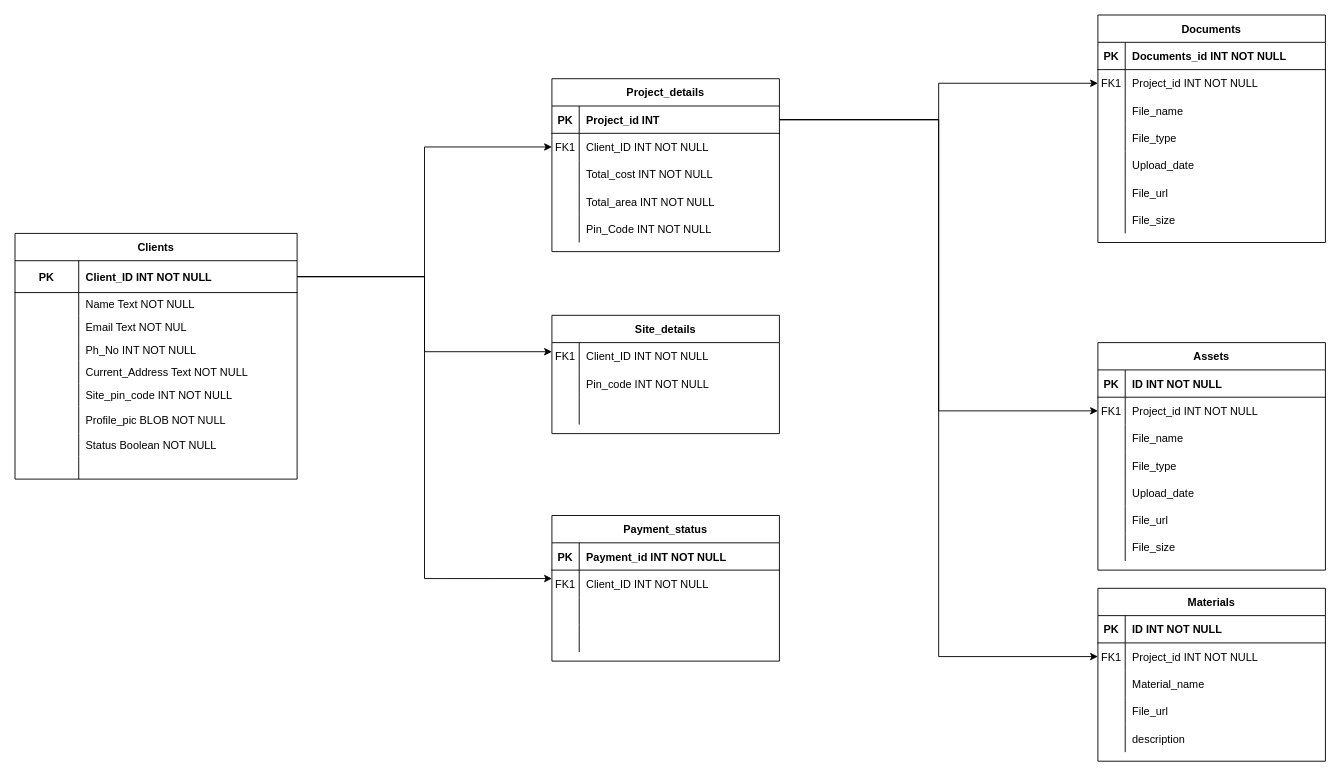
Before: Clients_Table.drawio in tejudharanesh/database_design, a draw.io diagram. Source tidied: cells renumbered, new cells numbered last; positions are measured from the earlier drawing's top-left corner, leaving out a move shared by most shapes. Both pictures are drawn from the tidied source at 91%, with x=0, y=0 at pixel (15, 15).
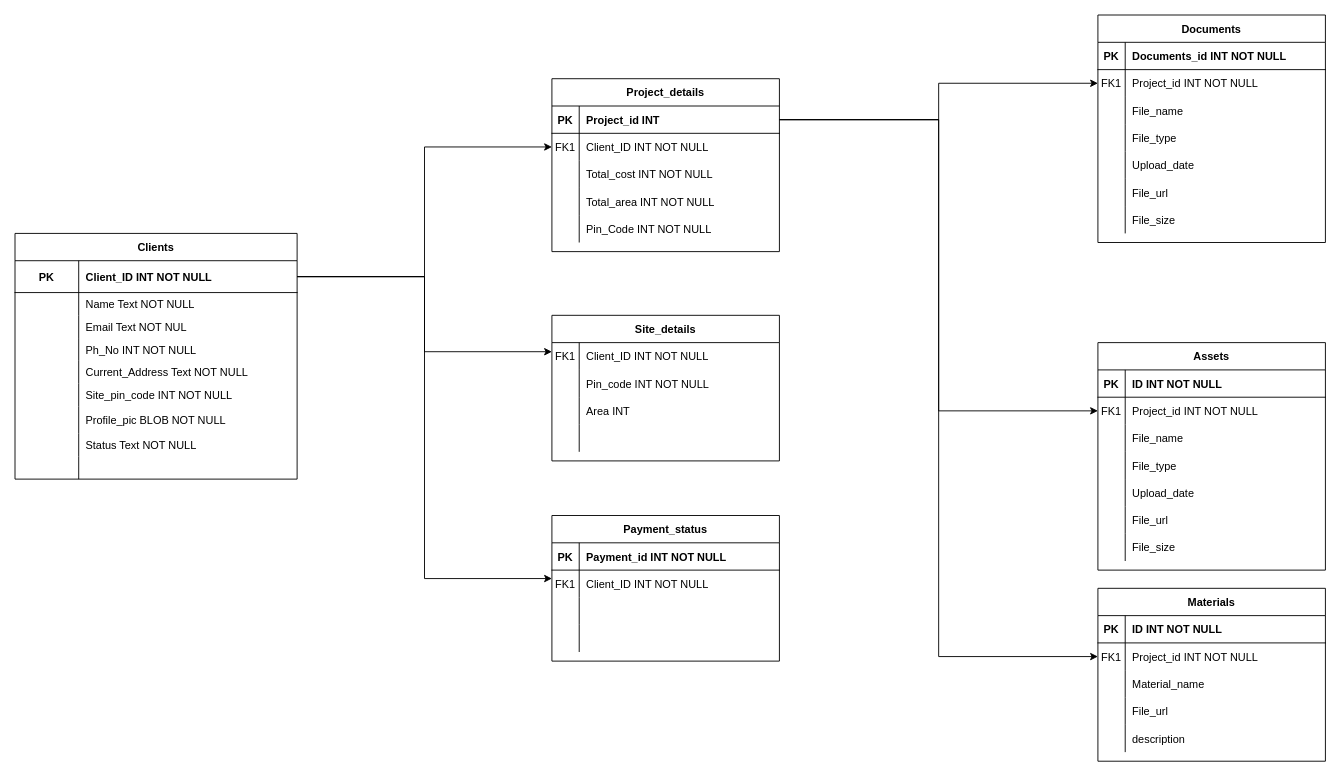
The same diagram, later.

Unchanged cells that the change refers to:
```xml
<mxCell id="25" style="shape=partialRectangle;fillColor=none;top=0;left=0;right=0;bottom=0;" parent="18" vertex="1">
  <mxGeometry y="90" width="250" height="30" as="geometry" />
</mxCell>
<mxCell id="50" style="shape=partialRectangle;fillColor=none;top=0;left=0;right=0;bottom=0;" parent="28" vertex="1">
  <mxGeometry y="220" width="310" height="25" as="geometry" />
</mxCell>
```

Change to the diagram source:
```diff
@@
     <mxCell id="18" value="Site_details" style="shape=table;startSize=30;childLayout=tableLayout;rowLines=0;fontStyle=1;align=center;" parent="1" vertex="1">
-      <mxGeometry x="590" y="330" width="250" height="130" as="geometry" />
+      <mxGeometry x="590" y="330" width="250" height="160" as="geometry" />
     </mxCell>
@@
-    <mxCell id="27" style="shape=partialRectangle;overflow=hidden;fillColor=none;top=0;left=0;bottom=0;right=0;align=left;spacingLeft=6;" parent="25" vertex="1">
+    <mxCell id="27" value="Area INT" style="shape=partialRectangle;overflow=hidden;fillColor=none;top=0;left=0;bottom=0;right=0;align=left;spacingLeft=6;" parent="25" vertex="1">
       <mxGeometry x="30" width="220" height="30" as="geometry" />
     </mxCell>
+    <mxCell id="135" style="shape=partialRectangle;fillColor=none;top=0;left=0;right=0;bottom=0;" parent="18" vertex="1">
+      <mxGeometry y="120" width="250" height="30" as="geometry" />
+    </mxCell>
+    <mxCell id="136" style="shape=partialRectangle;overflow=hidden;fillColor=none;top=0;left=0;bottom=0;right=0;" parent="135" vertex="1">
+      <mxGeometry width="30" height="30" as="geometry" />
+    </mxCell>
+    <mxCell id="137" style="shape=partialRectangle;overflow=hidden;fillColor=none;top=0;left=0;bottom=0;right=0;align=left;spacingLeft=6;" parent="135" vertex="1">
+      <mxGeometry x="30" width="220" height="30" as="geometry" />
+    </mxCell>
@@
-    <mxCell id="52" value="Status Boolean NOT NULL" style="shape=partialRectangle;overflow=hidden;fillColor=none;top=0;left=0;bottom=0;right=0;align=left;spacingLeft=6;" parent="50" vertex="1">
+    <mxCell id="52" value="Status Text NOT NULL" style="shape=partialRectangle;overflow=hidden;fillColor=none;top=0;left=0;bottom=0;right=0;align=left;spacingLeft=6;" parent="50" vertex="1">
       <mxGeometry x="70" width="240" height="25" as="geometry" />
     </mxCell>
```
